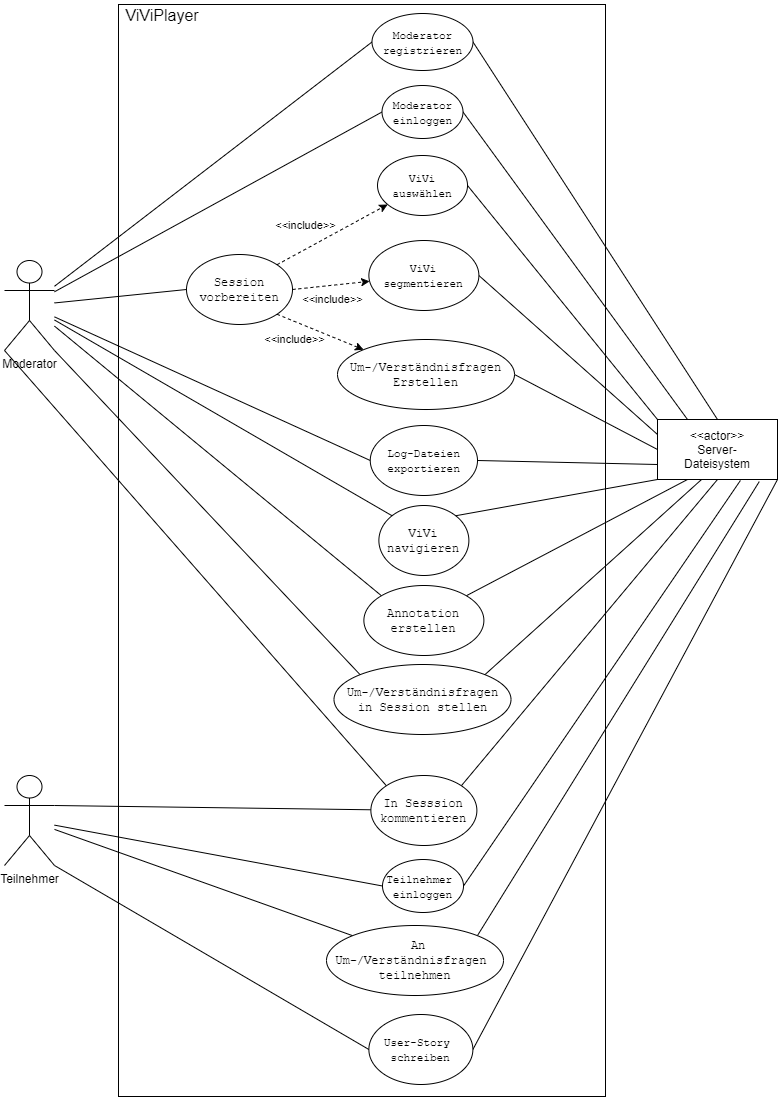
dnguyen141/ViViPlayer keeps this draw.io diagram as specification/sections/diagrams/viviplayer-uc-diagramm.png. Above is the earlier version. Source tidied: cells renumbered, new cells last; positions are measured from the earlier drawing's top-left corner, leaving out a move shared by most shapes.
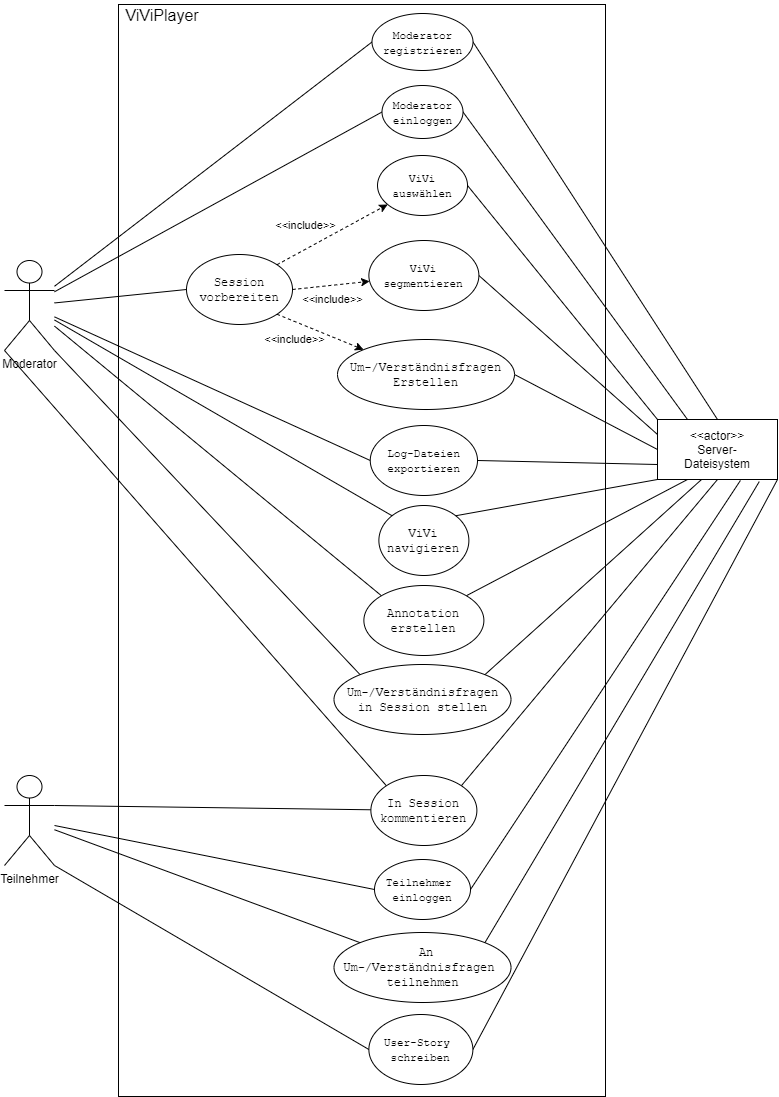
Later version of the same file.

Commit message:
corrected Typo from UC-Diagramm

Diff of the diagram source:
```diff
@@ -80,7 +80,7 @@
     <mxCell id="27" style="edgeStyle=none;rounded=0;jettySize=auto;html=1;exitX=1;exitY=0;exitDx=0;exitDy=0;entryX=0.5;entryY=1;entryDx=0;entryDy=0;endArrow=none;endFill=0;" parent="1" edge="1" source="28" target="23">
       <mxGeometry relative="1" as="geometry" />
     </mxCell>
-    <mxCell id="28" value="&lt;code&gt;In Sesssion&lt;br&gt;kommentieren&lt;/code&gt;" style="ellipse;whiteSpace=wrap;html=1;" parent="1" vertex="1">
+    <mxCell id="28" value="&lt;code&gt;In Session&lt;br&gt;kommentieren&lt;/code&gt;" style="ellipse;whiteSpace=wrap;html=1;" parent="1" vertex="1">
       <mxGeometry x="366.4" y="775" width="106" height="70" as="geometry" />
     </mxCell>
     <mxCell id="29" style="edgeStyle=none;rounded=0;jettySize=auto;html=1;exitX=1;exitY=0.5;exitDx=0;exitDy=0;entryX=0.25;entryY=0;entryDx=0;entryDy=0;labelBackgroundColor=none;endArrow=none;endFill=0;" parent="1" edge="1" source="30" target="23">
@@ -102,7 +102,7 @@
       <mxGeometry relative="1" as="geometry" />
     </mxCell>
     <mxCell id="35" value="&lt;code&gt;&lt;font style=&quot;font-size: 11px&quot;&gt;Teilnehmer &lt;br&gt;einloggen&lt;/font&gt;&lt;/code&gt;" style="ellipse;whiteSpace=wrap;html=1;" parent="1" vertex="1">
-      <mxGeometry x="378" y="859" width="81" height="53" as="geometry" />
+      <mxGeometry x="370" y="859" width="96" height="60" as="geometry" />
     </mxCell>
     <mxCell id="36" style="edgeStyle=none;rounded=0;jettySize=auto;html=1;exitX=1;exitY=0;exitDx=0;exitDy=0;dashed=1;" parent="1" edge="1" source="40" target="12">
       <mxGeometry relative="1" as="geometry" />
@@ -140,7 +140,7 @@
       <mxGeometry relative="1" as="geometry" />
     </mxCell>
     <mxCell id="47" value="&lt;code&gt;&amp;nbsp;An Um-/Verständnisfragen &lt;br&gt;teilnehmen&lt;/code&gt;" style="ellipse;whiteSpace=wrap;html=1;" parent="1" vertex="1">
-      <mxGeometry x="322" y="925" width="177" height="70" as="geometry" />
+      <mxGeometry x="329.5" y="932" width="177" height="70" as="geometry" />
     </mxCell>
     <mxCell id="48" style="edgeStyle=none;rounded=0;jettySize=auto;html=1;exitX=1;exitY=0;exitDx=0;exitDy=0;entryX=0.25;entryY=1;entryDx=0;entryDy=0;endArrow=none;endFill=0;" parent="1" edge="1" source="49" target="23">
       <mxGeometry relative="1" as="geometry" />
```
